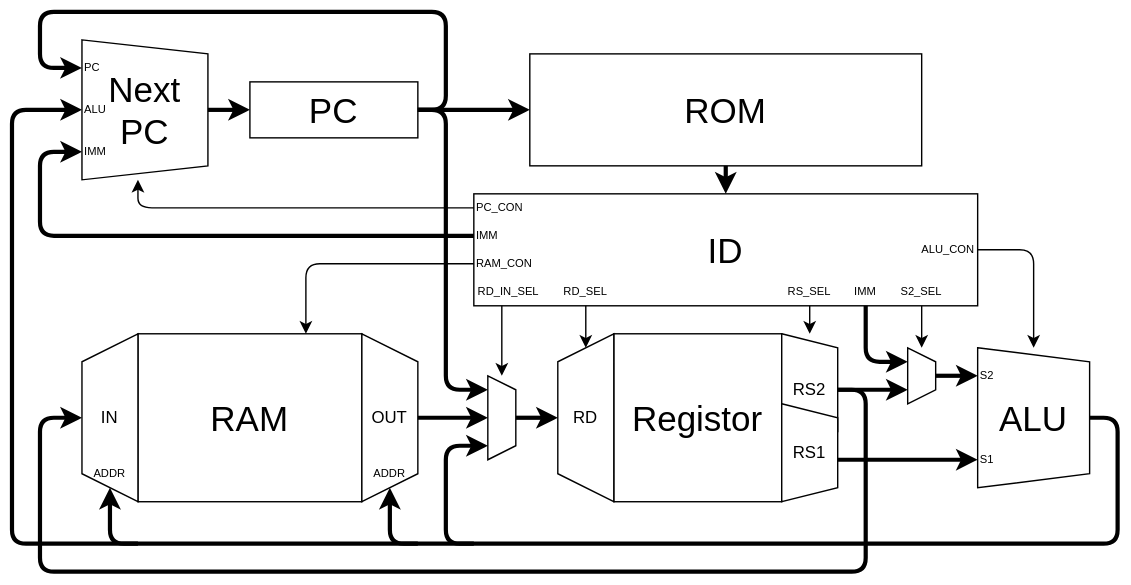
Earlier version of the draw.io export Lab/Computer/Micon/01_CPU/img/arch.dio.svg (amane-uehara/kanade-k-1228.github.io). Source tidied: cells renumbered, new cells last; positions are measured from the earlier drawing's top-left corner, leaving out a move shared by most shapes.
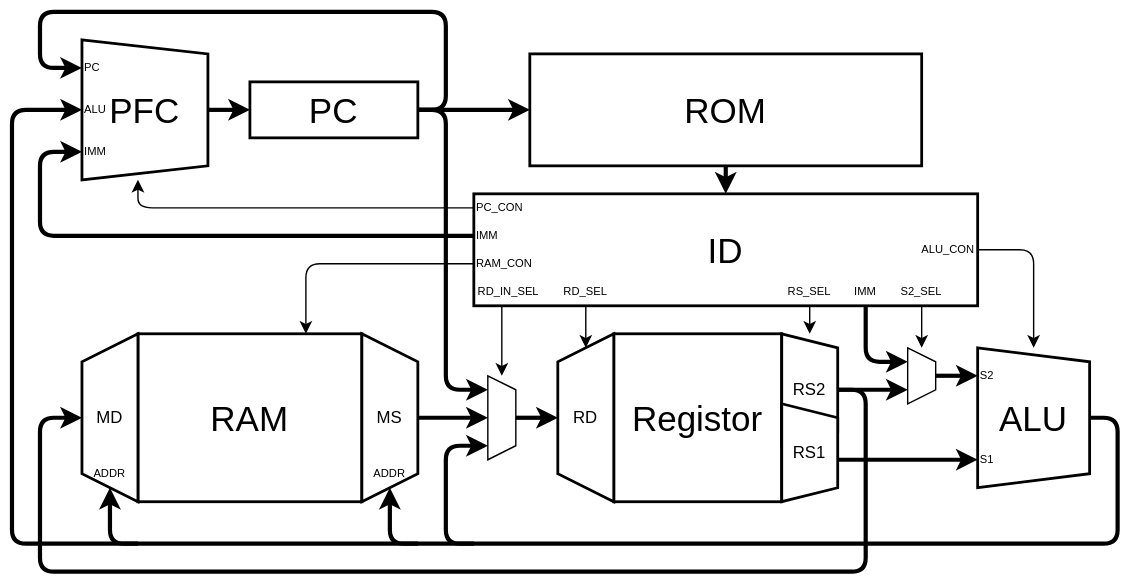
The same diagram one commit later.

Diff of the diagram source:
```diff
@@ -2,40 +2,40 @@
   <root>
     <mxCell id="0" />
     <mxCell id="1" parent="0" />
-    <mxCell id="2" value="PC" style="rounded=0;whiteSpace=wrap;html=1;fontSize=25;" parent="1" vertex="1">
+    <mxCell id="2" value="PC" style="rounded=0;whiteSpace=wrap;html=1;fontSize=25;strokeWidth=2;" parent="1" vertex="1">
       <mxGeometry x="170" y="50" width="120" height="40" as="geometry" />
     </mxCell>
     <mxCell id="3" style="shape=trapezoid;perimeter=trapezoidPerimeter;whiteSpace=wrap;html=1;fixedSize=1;fontSize=25;direction=south;size=9.999999999999943;" parent="1" vertex="1">
       <mxGeometry x="340" y="260" width="20" height="60" as="geometry" />
     </mxCell>
-    <mxCell id="4" value="ROM" style="rounded=0;whiteSpace=wrap;html=1;fontSize=25;" parent="1" vertex="1">
+    <mxCell id="4" value="ROM" style="rounded=0;whiteSpace=wrap;html=1;fontSize=25;strokeWidth=2;" parent="1" vertex="1">
       <mxGeometry x="370" y="30" width="280" height="80" as="geometry" />
     </mxCell>
-    <mxCell id="5" value="RAM" style="rounded=0;whiteSpace=wrap;html=1;fontSize=25;" parent="1" vertex="1">
+    <mxCell id="5" value="RAM" style="rounded=0;whiteSpace=wrap;html=1;fontSize=25;strokeWidth=2;" parent="1" vertex="1">
       <mxGeometry x="90" y="230" width="160" height="120" as="geometry" />
     </mxCell>
-    <mxCell id="6" value="ID" style="rounded=0;whiteSpace=wrap;html=1;fontSize=25;" parent="1" vertex="1">
+    <mxCell id="6" value="ID" style="rounded=0;whiteSpace=wrap;html=1;fontSize=25;strokeWidth=2;" parent="1" vertex="1">
       <mxGeometry x="330" y="130" width="360" height="80" as="geometry" />
     </mxCell>
-    <mxCell id="7" value="Registor" style="rounded=0;whiteSpace=wrap;html=1;fontSize=25;" parent="1" vertex="1">
+    <mxCell id="7" value="Registor" style="rounded=0;whiteSpace=wrap;html=1;fontSize=25;strokeWidth=2;" parent="1" vertex="1">
       <mxGeometry x="430" y="230" width="120" height="120" as="geometry" />
     </mxCell>
-    <mxCell id="8" value="RD" style="shape=trapezoid;perimeter=trapezoidPerimeter;whiteSpace=wrap;html=1;fixedSize=1;fontSize=12;direction=north;" parent="1" vertex="1">
+    <mxCell id="8" value="RD" style="shape=trapezoid;perimeter=trapezoidPerimeter;whiteSpace=wrap;html=1;fixedSize=1;fontSize=12;direction=north;strokeWidth=2;" parent="1" vertex="1">
       <mxGeometry x="390" y="230" width="40" height="120" as="geometry" />
     </mxCell>
-    <mxCell id="9" value="RS2" style="shape=trapezoid;perimeter=trapezoidPerimeter;whiteSpace=wrap;html=1;fixedSize=1;fontSize=12;direction=south;size=10;" parent="1" vertex="1">
+    <mxCell id="9" value="RS2" style="shape=trapezoid;perimeter=trapezoidPerimeter;whiteSpace=wrap;html=1;fixedSize=1;fontSize=12;direction=south;size=10;strokeWidth=2;" parent="1" vertex="1">
       <mxGeometry x="550" y="230" width="40" height="80" as="geometry" />
     </mxCell>
     <mxCell id="10" style="shape=trapezoid;perimeter=trapezoidPerimeter;whiteSpace=wrap;html=1;fixedSize=1;fontSize=25;direction=south;size=10;" parent="1" vertex="1">
       <mxGeometry x="640" y="240" width="20" height="40" as="geometry" />
     </mxCell>
-    <mxCell id="11" value="ALU" style="shape=trapezoid;perimeter=trapezoidPerimeter;whiteSpace=wrap;html=1;fixedSize=1;fontSize=25;direction=south;size=10;" parent="1" vertex="1">
+    <mxCell id="11" value="ALU" style="shape=trapezoid;perimeter=trapezoidPerimeter;whiteSpace=wrap;html=1;fixedSize=1;fontSize=25;direction=south;size=10;strokeWidth=2;" parent="1" vertex="1">
       <mxGeometry x="690" y="240" width="80" height="100" as="geometry" />
     </mxCell>
-    <mxCell id="12" value="OUT" style="shape=trapezoid;perimeter=trapezoidPerimeter;whiteSpace=wrap;html=1;fixedSize=1;fontSize=12;direction=south;" parent="1" vertex="1">
+    <mxCell id="12" value="MS" style="shape=trapezoid;perimeter=trapezoidPerimeter;whiteSpace=wrap;html=1;fixedSize=1;fontSize=12;direction=south;strokeWidth=2;" parent="1" vertex="1">
       <mxGeometry x="250" y="230" width="40" height="120" as="geometry" />
     </mxCell>
-    <mxCell id="13" value="IN" style="shape=trapezoid;perimeter=trapezoidPerimeter;whiteSpace=wrap;html=1;fixedSize=1;fontSize=12;direction=north;" parent="1" vertex="1">
+    <mxCell id="13" value="MD" style="shape=trapezoid;perimeter=trapezoidPerimeter;whiteSpace=wrap;html=1;fixedSize=1;fontSize=12;direction=north;strokeWidth=2;" parent="1" vertex="1">
       <mxGeometry x="50" y="230" width="40" height="120" as="geometry" />
     </mxCell>
     <mxCell id="14" style="endArrow=classic;html=1;fontSize=25;strokeWidth=3;" parent="1" edge="1">
@@ -181,7 +181,7 @@
         <mxPoint x="370" y="70" as="targetPoint" />
       </mxGeometry>
     </mxCell>
-    <mxCell id="32" value="Next&lt;br&gt;PC" style="shape=trapezoid;perimeter=trapezoidPerimeter;whiteSpace=wrap;html=1;fixedSize=1;fontSize=25;direction=south;size=10;" parent="1" vertex="1">
+    <mxCell id="32" value="PFC" style="shape=trapezoid;perimeter=trapezoidPerimeter;whiteSpace=wrap;html=1;fixedSize=1;fontSize=25;direction=south;size=10;strokeWidth=2;" parent="1" vertex="1">
       <mxGeometry x="50" y="20" width="90" height="100" as="geometry" />
     </mxCell>
     <mxCell id="33" style="endArrow=classic;html=1;fontSize=25;startArrow=none;startFill=0;strokeWidth=3;" parent="1" edge="1">
@@ -221,7 +221,7 @@
         </Array>
       </mxGeometry>
     </mxCell>
-    <mxCell id="37" value="RS1" style="shape=trapezoid;perimeter=trapezoidPerimeter;whiteSpace=wrap;html=1;fixedSize=1;fontSize=12;direction=south;size=10;" parent="1" vertex="1">
+    <mxCell id="37" value="RS1" style="shape=trapezoid;perimeter=trapezoidPerimeter;whiteSpace=wrap;html=1;fixedSize=1;fontSize=12;direction=south;size=10;strokeWidth=2;" parent="1" vertex="1">
       <mxGeometry x="550" y="280" width="40" height="70" as="geometry" />
     </mxCell>
     <mxCell id="38" style="endArrow=classic;html=1;fontSize=25;strokeWidth=3;" parent="1" edge="1">
```
